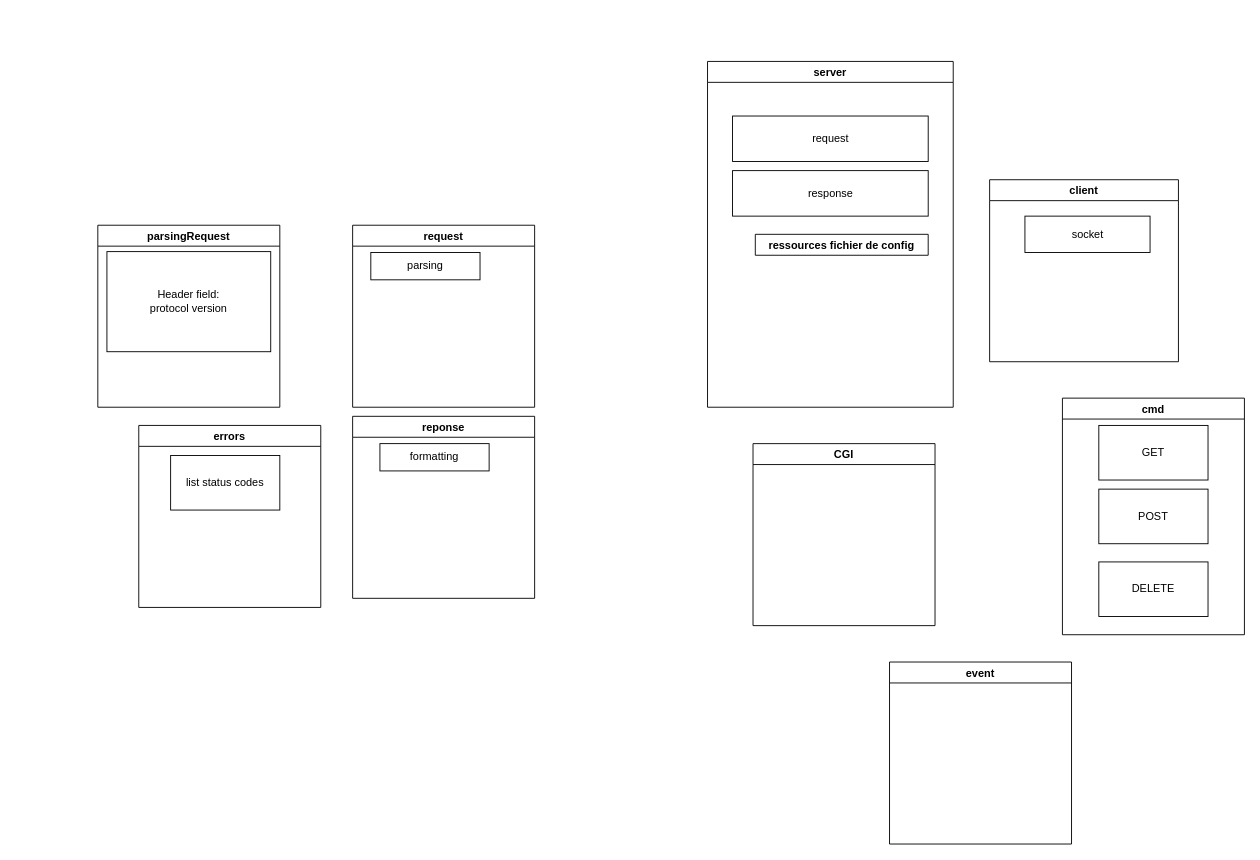
Before: diagram.drawio in fullife32/webserv, a draw.io diagram. Source tidied: cells renumbered, new cells numbered last; positions are measured from the earlier drawing's top-left corner, leaving out a move shared by most shapes. Both pictures are drawn from the tidied source at 91%, with x=0, y=0 at pixel (97, 61).
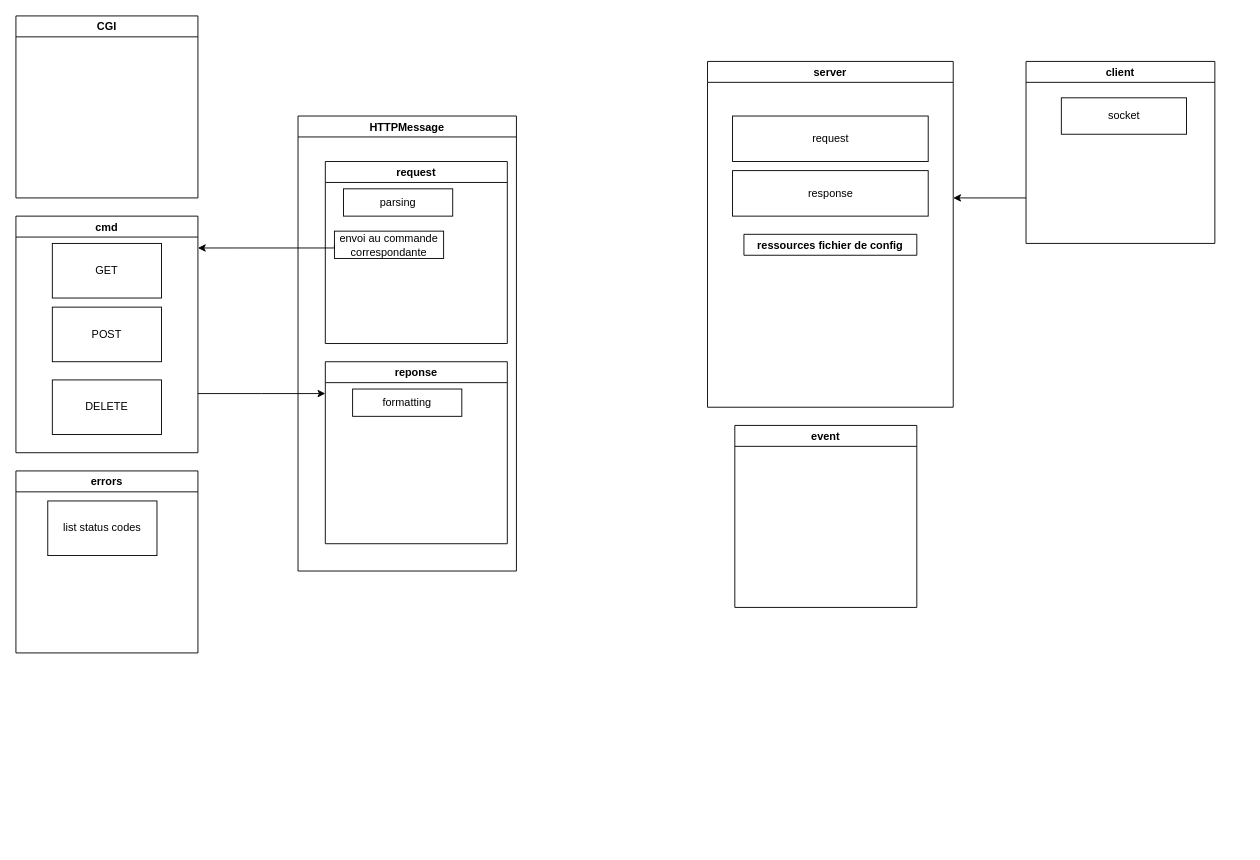
After the change.

Unchanged cells that the change refers to:
```xml
<mxCell id="2" value="server" style="swimlane;" parent="1" vertex="1">
  <mxGeometry x="670" width="270" height="380" as="geometry" />
</mxCell>
```

What changed in the source:
```diff
@@
     <mxCell id="5" value="ressources fichier de config" style="swimlane;" parent="2" vertex="1" collapsed="1">
-      <mxGeometry x="52.5" y="190" width="190" height="23" as="geometry" />
+      <mxGeometry x="40" y="190" width="190" height="23" as="geometry" />
     </mxCell>
     <mxCell id="6" value="CGI" style="swimlane;" parent="1" vertex="1">
-      <mxGeometry x="720" y="420" width="200" height="200" as="geometry" />
+      <mxGeometry x="-90" y="-50" width="200" height="200" as="geometry" />
     </mxCell>
     <mxCell id="7" value="event" style="swimlane;" parent="1" vertex="1">
-      <mxGeometry x="870" y="660" width="200" height="200" as="geometry" />
+      <mxGeometry x="700" y="400" width="200" height="200" as="geometry" />
     </mxCell>
+    <mxCell id="22" style="edgeStyle=orthogonalEdgeStyle;rounded=0;jettySize=auto;html=1;exitX=0;exitY=0.75;exitDx=0;exitDy=0;" parent="1" edge="1" source="8">
+      <mxGeometry relative="1" as="geometry">
+        <mxPoint x="940" y="150" as="targetPoint" />
+      </mxGeometry>
+    </mxCell>
     <mxCell id="8" value="client" style="swimlane;" parent="1" vertex="1">
-      <mxGeometry x="980" y="130" width="207.5" height="200" as="geometry" />
+      <mxGeometry x="1020" width="207.5" height="200" as="geometry" />
     </mxCell>
@@
     <mxCell id="10" value="errors" style="swimlane;" parent="1" vertex="1">
-      <mxGeometry x="45" y="400" width="200" height="200" as="geometry" />
+      <mxGeometry x="-90" y="450" width="200" height="200" as="geometry" />
     </mxCell>
@@
+    <mxCell id="23" style="edgeStyle=orthogonalEdgeStyle;rounded=0;jettySize=auto;html=1;exitX=1;exitY=0.75;exitDx=0;exitDy=0;" parent="1" edge="1" source="12">
+      <mxGeometry relative="1" as="geometry">
+        <mxPoint x="250" y="365" as="targetPoint" />
+      </mxGeometry>
+    </mxCell>
     <mxCell id="12" value="cmd" style="swimlane;" parent="1" vertex="1">
-      <mxGeometry x="1060" y="370" width="200" height="260" as="geometry" />
+      <mxGeometry x="-90" y="170" width="200" height="260" as="geometry" />
     </mxCell>
@@
     <mxCell id="16" value="request" style="swimlane;" parent="1" vertex="1">
-      <mxGeometry x="280" y="180" width="200" height="200" as="geometry" />
+      <mxGeometry x="250" y="110" width="200" height="200" as="geometry" />
     </mxCell>
@@
     <mxCell id="18" value="reponse" style="swimlane;" parent="1" vertex="1">
-      <mxGeometry x="280" y="390" width="200" height="200" as="geometry" />
+      <mxGeometry x="250" y="330" width="200" height="200" as="geometry" />
     </mxCell>
@@
-    <mxCell id="20" value="parsingRequest" style="swimlane;" parent="1" vertex="1">
-      <mxGeometry y="180" width="200" height="200" as="geometry" />
-    </mxCell>
-    <mxCell id="21" value="Header field:&lt;br&gt;protocol version" style="rounded=0;whiteSpace=wrap;html=1;" parent="20" vertex="1">
-      <mxGeometry x="10" y="29" width="180" height="110" as="geometry" />
-    </mxCell>
+    <mxCell id="24" value="HTTPMessage" style="swimlane;" parent="1" vertex="1">
+      <mxGeometry x="220" y="60" width="240" height="500" as="geometry" />
+    </mxCell>
+    <mxCell id="25" value="envoi au commande correspondante" style="rounded=0;whiteSpace=wrap;html=1;" parent="24" vertex="1">
+      <mxGeometry x="40" y="126.5" width="120" height="30" as="geometry" />
+    </mxCell>
+    <mxCell id="26" style="edgeStyle=orthogonalEdgeStyle;rounded=0;jettySize=auto;html=1;exitX=0;exitY=0.5;exitDx=0;exitDy=0;" parent="1" edge="1" source="25">
+      <mxGeometry relative="1" as="geometry">
+        <mxPoint x="110" y="205" as="targetPoint" />
+        <Array as="points">
+          <mxPoint x="150" y="205" />
+          <mxPoint x="150" y="205" />
+        </Array>
+      </mxGeometry>
+    </mxCell>
```
